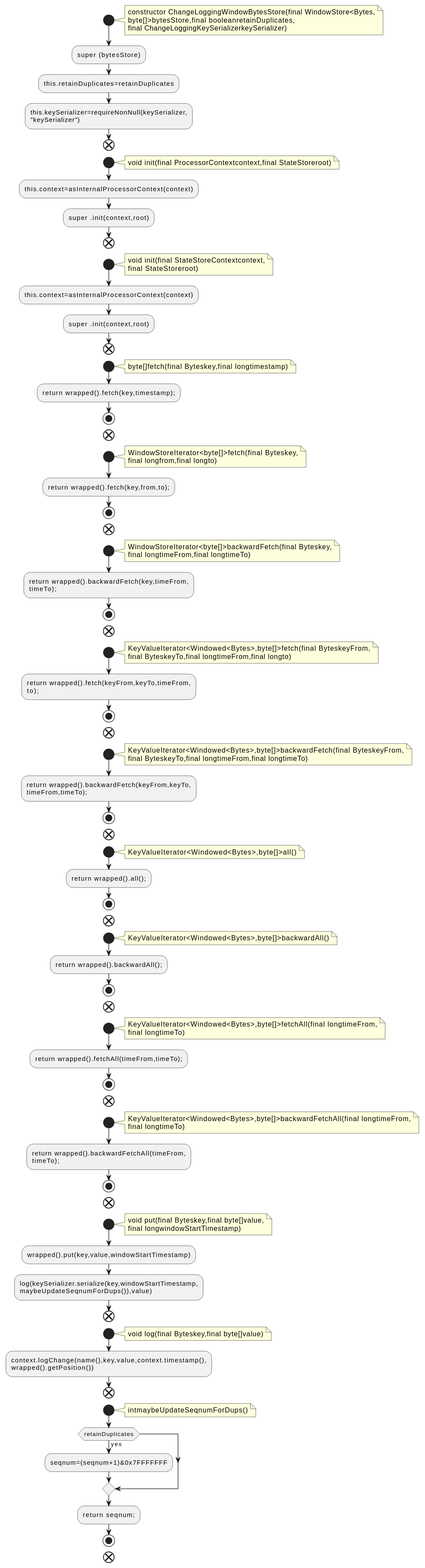
Earlier version of the PlantUML export docs/qc/streams/src/main/java/org/apache/kafka/streams/state/internals/ChangeLoggingWindowBytesStore.java.fct.svg (qualitesys/kafka).
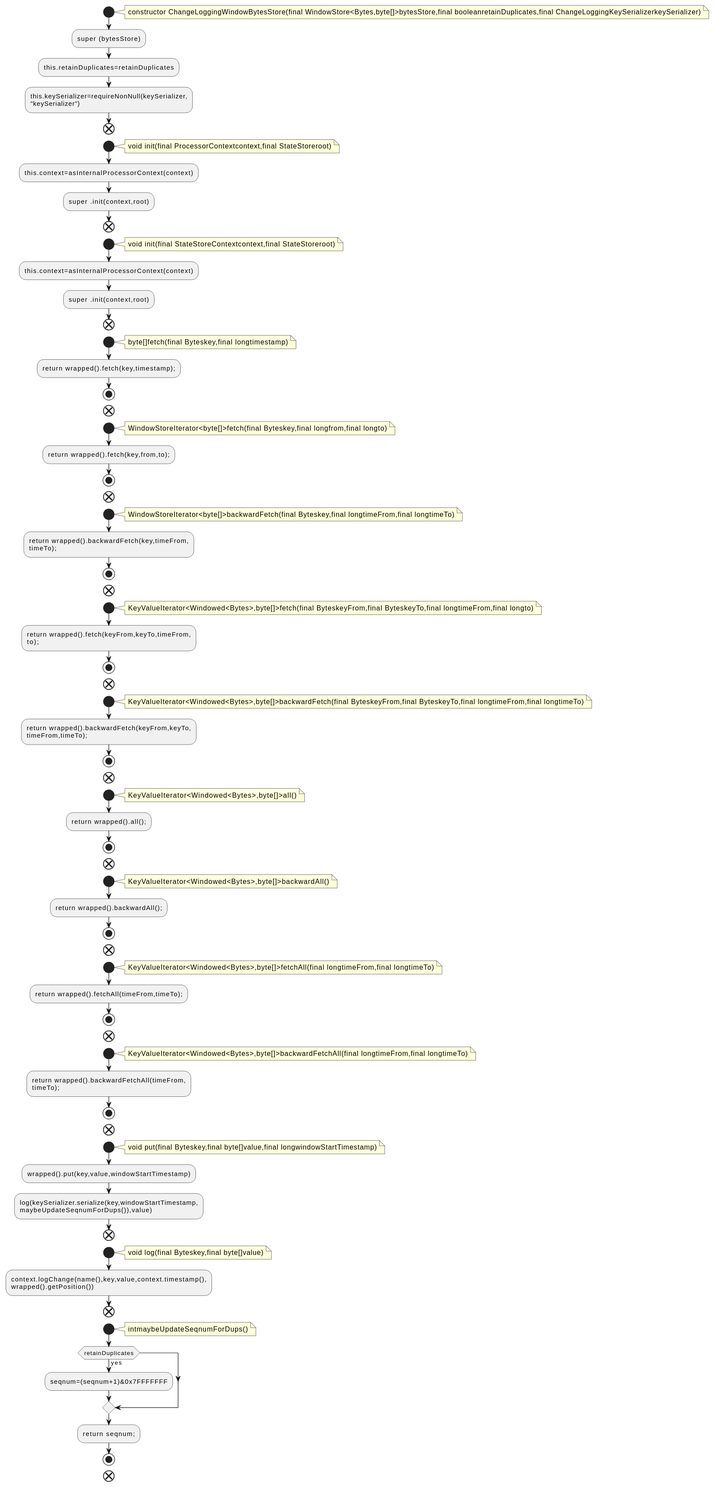
Later version of the same file.

The edit, as a diff of the source:
```diff
@@ -2,9 +2,7 @@
 !pragma layout smetana
 start
 note right
-constructor ChangeLoggingWindowBytesStore(final WindowStore<Bytes,
-byte[]>bytesStore,final booleanretainDuplicates,
-final ChangeLoggingKeySerializerkeySerializer)
+constructor ChangeLoggingWindowBytesStore(final WindowStore<Bytes,byte[]>bytesStore,final booleanretainDuplicates,final ChangeLoggingKeySerializerkeySerializer)
 end note
 :super (bytesStore);
 :this.retainDuplicates=retainDuplicates;
@@ -20,8 +18,7 @@
 end
 start
 note right
-void init(final StateStoreContextcontext,
-final StateStoreroot)
+void init(final StateStoreContextcontext,final StateStoreroot)
 end note
 :this.context=asInternalProcessorContext(context);
 :super .init(context,root);
@@ -35,16 +32,14 @@
 end
 start
 note right
-WindowStoreIterator<byte[]>fetch(final Byteskey,
-final longfrom,final longto)
+WindowStoreIterator<byte[]>fetch(final Byteskey,final longfrom,final longto)
 end note
 :return wrapped().fetch(key,from,to);;
 stop
 end
 start
 note right
-WindowStoreIterator<byte[]>backwardFetch(final Byteskey,
-final longtimeFrom,final longtimeTo)
+WindowStoreIterator<byte[]>backwardFetch(final Byteskey,final longtimeFrom,final longtimeTo)
 end note
 :return wrapped().backwardFetch(key,timeFrom,
 timeTo);;
@@ -52,8 +47,7 @@
 end
 start
 note right
-KeyValueIterator<Windowed<Bytes>,byte[]>fetch(final ByteskeyFrom,
-final ByteskeyTo,final longtimeFrom,final longto)
+KeyValueIterator<Windowed<Bytes>,byte[]>fetch(final ByteskeyFrom,final ByteskeyTo,final longtimeFrom,final longto)
 end note
 :return wrapped().fetch(keyFrom,keyTo,timeFrom,
 to);;
@@ -61,8 +55,7 @@
 end
 start
 note right
-KeyValueIterator<Windowed<Bytes>,byte[]>backwardFetch(final ByteskeyFrom,
-final ByteskeyTo,final longtimeFrom,final longtimeTo)
+KeyValueIterator<Windowed<Bytes>,byte[]>backwardFetch(final ByteskeyFrom,final ByteskeyTo,final longtimeFrom,final longtimeTo)
 end note
 :return wrapped().backwardFetch(keyFrom,keyTo,
 timeFrom,timeTo);;
@@ -84,16 +77,14 @@
 end
 start
 note right
-KeyValueIterator<Windowed<Bytes>,byte[]>fetchAll(final longtimeFrom,
-final longtimeTo)
+KeyValueIterator<Windowed<Bytes>,byte[]>fetchAll(final longtimeFrom,final longtimeTo)
 end note
 :return wrapped().fetchAll(timeFrom,timeTo);;
 stop
 end
 start
 note right
-KeyValueIterator<Windowed<Bytes>,byte[]>backwardFetchAll(final longtimeFrom,
-final longtimeTo)
+KeyValueIterator<Windowed<Bytes>,byte[]>backwardFetchAll(final longtimeFrom,final longtimeTo)
 end note
 :return wrapped().backwardFetchAll(timeFrom,
 timeTo);;
@@ -101,8 +92,7 @@
 end
 start
 note right
-void put(final Byteskey,final byte[]value,
-final longwindowStartTimestamp)
+void put(final Byteskey,final byte[]value,final longwindowStartTimestamp)
 end note
 :wrapped().put(key,value,windowStartTimestamp);
 :log(keySerializer.serialize(key,windowStartTimestamp,
```
